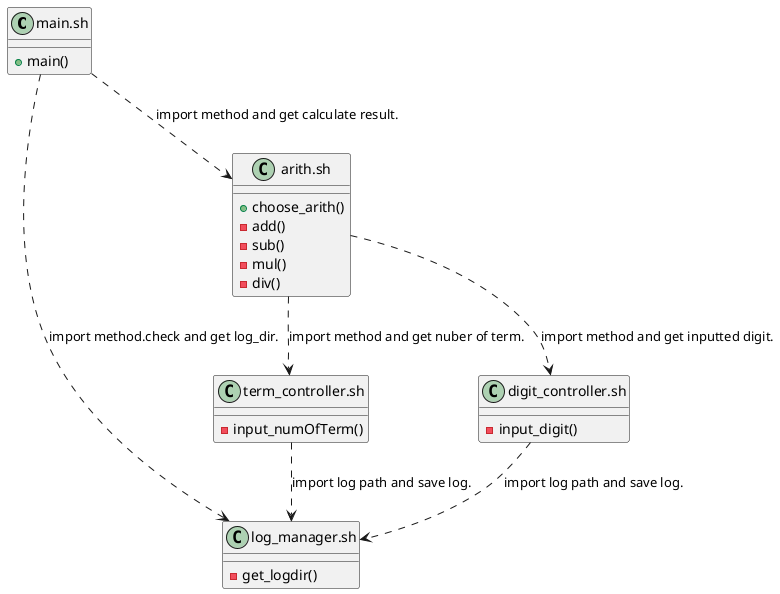
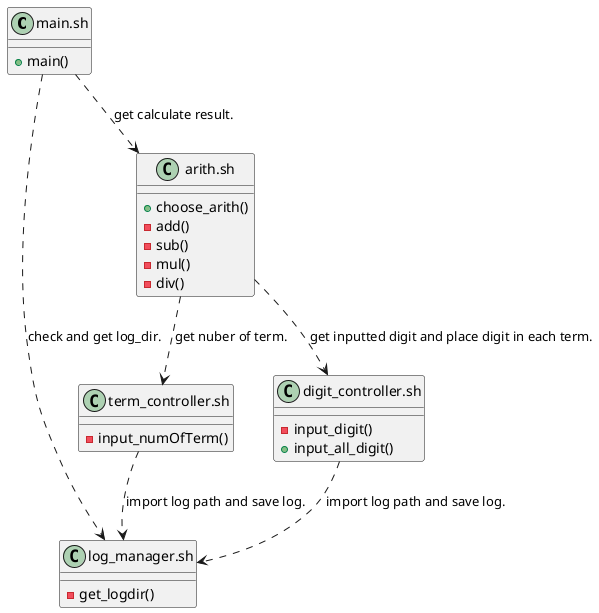
@startuml
	class "main.sh" as main {
		+ main()
	}
	class "log_manager.sh" as log {
		- get_logdir()
	}
	class "term_controller.sh" as term {
		- input_numOfTerm()
	}
	class "digit_controller.sh" as digit {
		- input_digit()
+ 		+ input_all_digit()
	}
	class "arith.sh" as arith {
		+ choose_arith()
		- add()
		- sub()
		- mul()
		- div()
	}

- main ..> log: import method.check and get log_dir.
- arith ..> term: import method and get nuber of term.
- arith ..> digit: import method and get inputted digit.
- main ..> arith: import method and get calculate result.
+ main ..> log: check and get log_dir.
+ arith ..> term: get nuber of term.
+ arith ..> digit: get inputted digit and place digit in each term.
+ main ..> arith: get calculate result.
term ..> log: import log path and save log.
digit ..> log: import log path and save log.
@enduml
